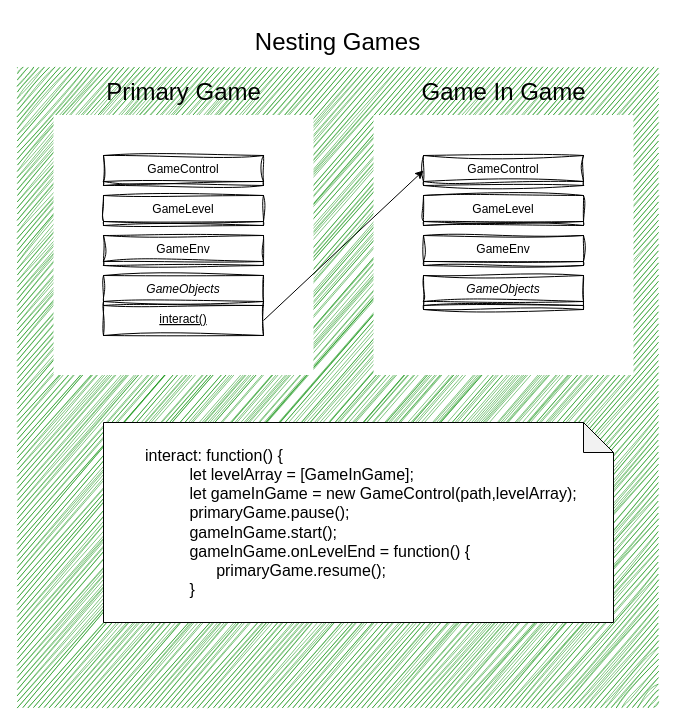
Earlier version of the draw.io diagram design/portfolioDrawio/gameInGame.drawio (xinjiav2/NileBrownGameTest). Source tidied: cells renumbered, new cells numbered last; positions are measured from the earlier drawing's top-left corner, leaving out a move shared by most shapes. Both pictures are drawn from the tidied source at 100%, with x=0, y=0 at pixel (17, 17).
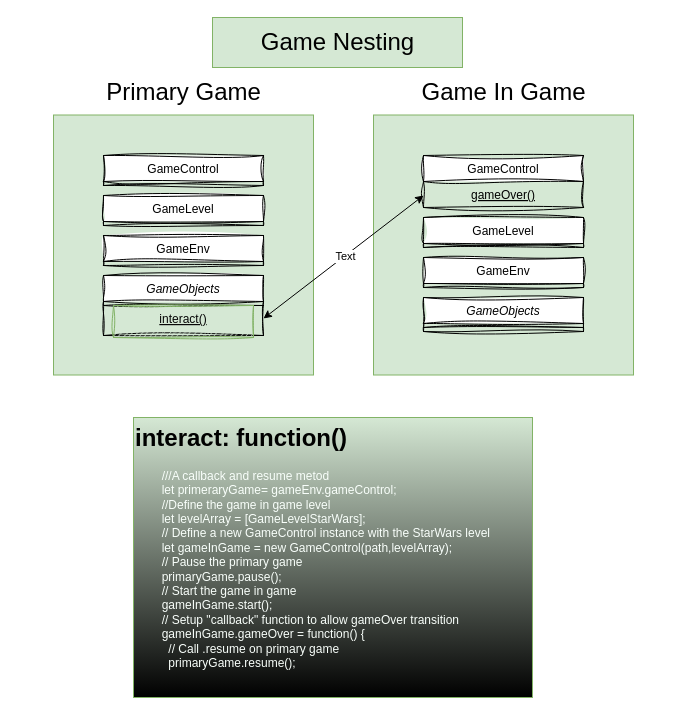
The same diagram, later.

Commit message:
Add game in game description

The change refers to these unchanged cells:
```xml
<mxCell id="4" value="GameObjects" style="swimlane;fontStyle=2;align=center;verticalAlign=top;horizontal=1;startSize=26;rounded=0;shadow=0;strokeWidth=1;sketch=1;curveFitting=1;jiggle=2;" parent="1" vertex="1">
  <mxGeometry x="86" y="258" width="160" height="60" as="geometry" />
</mxCell>
```

Diff of the diagram source:
```diff
@@
-    <mxCell id="2" style="whiteSpace=wrap;html=1;rounded=0;fillColor=#008a00;strokeColor=none;fontColor=#ffffff;sketch=1;curveFitting=1;jiggle=2;" parent="1" vertex="1">
-      <mxGeometry y="50" width="640" height="640" as="geometry" />
-    </mxCell>
-    <mxCell id="3" style="whiteSpace=wrap;html=1;strokeColor=none;" parent="1" vertex="1">
+    <mxCell id="3" style="whiteSpace=wrap;html=1;strokeColor=#82b366;fillColor=#d5e8d4;" parent="1" vertex="1">
       <mxGeometry x="36" y="97.5" width="260" height="260" as="geometry" />
     </mxCell>
@@
-    <mxCell id="7" value="&lt;font style=&quot;font-weight: normal; color: light-dark(rgb(0, 0, 0), rgb(204, 204, 204));&quot;&gt;Nesting Games&lt;/font&gt;" style="text;html=1;fontSize=24;fontStyle=1;verticalAlign=middle;align=center;labelBorderColor=none;labelBackgroundColor=none;rounded=0;" parent="1" vertex="1">
+    <mxCell id="7" value="&lt;font style=&quot;font-weight: normal; color: light-dark(rgb(0, 0, 0), rgb(204, 204, 204));&quot;&gt;Game Nesting&lt;/font&gt;" style="text;html=1;fontSize=24;fontStyle=1;verticalAlign=middle;align=center;labelBorderColor=none;labelBackgroundColor=none;rounded=0;fillColor=#d5e8d4;strokeColor=#82b366;" parent="1" vertex="1">
       <mxGeometry x="195" width="250" height="50" as="geometry" />
     </mxCell>
@@
-    <mxCell id="10" value="interact()" style="text;align=center;verticalAlign=top;spacingLeft=4;spacingRight=4;overflow=hidden;fontStyle=4;sketch=1;curveFitting=1;jiggle=2;rounded=0;fontColor=light-dark(#000000,#E6E6E6);" parent="1" vertex="1">
-      <mxGeometry x="96" y="288" width="140" height="26" as="geometry" />
+    <mxCell id="10" value="interact()" style="text;align=center;verticalAlign=top;spacingLeft=4;spacingRight=4;overflow=hidden;fontStyle=4;sketch=1;curveFitting=1;jiggle=2;rounded=0;fillColor=#d5e8d4;strokeColor=#82b366;fontColor=#080808;" parent="1" vertex="1">
+      <mxGeometry x="96" y="288" width="140" height="32" as="geometry" />
     </mxCell>
@@
-    <mxCell id="12" style="whiteSpace=wrap;html=1;strokeColor=none;" parent="1" vertex="1">
+    <mxCell id="12" style="whiteSpace=wrap;html=1;strokeColor=#82b366;fillColor=#d5e8d4;" parent="1" vertex="1">
       <mxGeometry x="356" y="97.5" width="260" height="260" as="geometry" />
     </mxCell>
     <mxCell id="13" value="GameObjects" style="swimlane;fontStyle=2;align=center;verticalAlign=top;horizontal=1;startSize=26;rounded=0;shadow=0;strokeWidth=1;sketch=1;curveFitting=1;jiggle=2;" parent="1" vertex="1">
-      <mxGeometry x="406" y="258" width="160" height="34" as="geometry" />
+      <mxGeometry x="406" y="280" width="160" height="34" as="geometry" />
     </mxCell>
@@
     <mxCell id="15" value="GameControl" style="swimlane;fontStyle=0;align=center;verticalAlign=top;horizontal=1;startSize=26;rounded=0;shadow=0;strokeWidth=1;sketch=1;curveFitting=1;jiggle=2;" parent="1" vertex="1">
-      <mxGeometry x="406" y="138" width="160" height="30" as="geometry" />
+      <mxGeometry x="406" y="138" width="160" height="52" as="geometry" />
     </mxCell>
     <mxCell id="16" value="GameLevel" style="swimlane;fontStyle=0;align=center;verticalAlign=top;horizontal=1;startSize=26;rounded=0;shadow=0;strokeWidth=1;sketch=1;curveFitting=1;jiggle=2;" parent="1" vertex="1">
-      <mxGeometry x="406" y="178" width="160" height="30" as="geometry" />
+      <mxGeometry x="406" y="200" width="160" height="30" as="geometry" />
     </mxCell>
     <mxCell id="17" value="GameEnv" style="swimlane;fontStyle=0;align=center;verticalAlign=top;horizontal=1;startSize=26;rounded=0;shadow=0;strokeWidth=1;sketch=1;curveFitting=1;jiggle=2;" parent="1" vertex="1">
-      <mxGeometry x="406" y="218" width="160" height="30" as="geometry" />
+      <mxGeometry x="406" y="240" width="160" height="30" as="geometry" />
     </mxCell>
@@
-    <mxCell id="19" value="&lt;blockquote style=&quot;margin: 0 0 0 40px; border: none; padding: 0px;&quot;&gt;&lt;font style=&quot;font-size: 16px;&quot;&gt;interact: function() {&lt;span style=&quot;white-space: pre;&quot;&gt;&#9;&lt;br&gt;&lt;/span&gt;&lt;/font&gt;&lt;font style=&quot;font-size: 16px;&quot;&gt;&amp;nbsp; &amp;nbsp; &amp;nbsp; &amp;nbsp; &amp;nbsp; let levelArray = [GameInGame];&lt;br&gt;&lt;/font&gt;&lt;font style=&quot;font-size: 16px;&quot;&gt;&amp;nbsp; &amp;nbsp; &amp;nbsp; &amp;nbsp; &amp;nbsp; let gameInGame = new GameControl(path,levelArray);&lt;/font&gt;&lt;/blockquote&gt;&lt;blockquote style=&quot;margin: 0 0 0 40px; border: none; padding: 0px;&quot;&gt;&lt;font style=&quot;font-size: 16px;&quot;&gt;&lt;span&gt;&amp;nbsp; &amp;nbsp; &amp;nbsp; &amp;nbsp; &amp;nbsp; primaryGame.pause();&lt;/span&gt;&lt;br style=&quot;scrollbar-color: light-dark(#e2e2e2, #4b4b4b)&lt;br/&gt;&#9;&#9;&#9;&#9;&#9;light-dark(#fbfbfb, var(--dark-panel-color));&quot;&gt;&lt;/font&gt;&lt;font style=&quot;font-size: 16px;&quot;&gt;&amp;nbsp; &amp;nbsp; &amp;nbsp; &amp;nbsp; &amp;nbsp; gameInGame.start();&lt;br&gt;&lt;/font&gt;&lt;font style=&quot;font-size: 16px;&quot;&gt;&amp;nbsp; &amp;nbsp; &amp;nbsp; &amp;nbsp; &amp;nbsp; gameInGame.onLevelEnd = function() {&lt;br&gt;&lt;/font&gt;&lt;font style=&quot;font-size: 16px;&quot;&gt;&lt;span style=&quot;white-space: pre;&quot;&gt;&#9;&lt;/span&gt;&lt;span style=&quot;white-space: pre;&quot;&gt;&#9;&lt;/span&gt;primaryGame.resume();&lt;br&gt;&lt;/font&gt;&lt;font style=&quot;font-size: 16px;&quot;&gt;&amp;nbsp; &amp;nbsp; &amp;nbsp; &amp;nbsp; &amp;nbsp; }&lt;/font&gt;&lt;/blockquote&gt;" style="shape=note;whiteSpace=wrap;html=1;backgroundOutline=1;darkOpacity=0.05;align=left;" parent="1" vertex="1">
-      <mxGeometry x="86" y="405" width="510" height="200" as="geometry" />
-    </mxCell>
-    <mxCell id="20" style="endArrow=classic;html=1;exitX=1;exitY=0.75;exitDx=0;exitDy=0;entryX=0;entryY=0.5;entryDx=0;entryDy=0;" parent="1" edge="1" source="4" target="15">
-      <mxGeometry relative="1" as="geometry" />
-    </mxCell>
+    <mxCell id="21" value="gameOver()" style="text;align=center;verticalAlign=top;spacingLeft=4;spacingRight=4;overflow=hidden;fontStyle=4;sketch=1;curveFitting=1;jiggle=2;rounded=0;fontColor=light-dark(#000000,#E6E6E6);" parent="1" vertex="1">
+      <mxGeometry x="416" y="164" width="140" height="26" as="geometry" />
+    </mxCell>
+    <mxCell id="22" value="&lt;h1 style=&quot;margin-top: 0px;&quot;&gt;interact: function()&lt;/h1&gt;&lt;div&gt;&lt;div&gt;&lt;font style=&quot;color: rgb(249, 255, 251);&quot;&gt;&lt;span style=&quot;background-color: transparent;&quot;&gt;&amp;nbsp; &amp;nbsp; &amp;nbsp; &amp;nbsp; ///A callback and resume metod&lt;/span&gt;&lt;/font&gt;&lt;/div&gt;&lt;div&gt;&lt;font style=&quot;color: rgb(249, 255, 251);&quot;&gt;&amp;nbsp; &amp;nbsp; &amp;nbsp; &amp;nbsp; let primeraryGame= gameEnv.gameControl;&lt;/font&gt;&lt;/div&gt;&lt;div&gt;&lt;font style=&quot;color: rgb(249, 255, 251);&quot;&gt;&lt;span style=&quot;white-space: pre;&quot;&gt;&#9;&lt;/span&gt;//Define the game in game level&lt;/font&gt;&lt;/div&gt;&lt;div&gt;&lt;font style=&quot;color: rgb(249, 255, 251);&quot;&gt;&amp;nbsp; &amp;nbsp; &amp;nbsp; &amp;nbsp; let levelArray = [GameLevelStarWars];&lt;/font&gt;&lt;/div&gt;&lt;div&gt;&lt;font style=&quot;color: rgb(249, 255, 251);&quot;&gt;&amp;nbsp; &amp;nbsp; &amp;nbsp; &amp;nbsp; // Define a new GameControl instance with the StarWars level&lt;/font&gt;&lt;/div&gt;&lt;div&gt;&lt;font style=&quot;color: rgb(249, 255, 251);&quot;&gt;&amp;nbsp; &amp;nbsp; &amp;nbsp; &amp;nbsp; let gameInGame = new GameControl(path,levelArray);&lt;/font&gt;&lt;/div&gt;&lt;div&gt;&lt;font style=&quot;color: rgb(249, 255, 251);&quot;&gt;&amp;nbsp; &amp;nbsp; &amp;nbsp; &amp;nbsp; // Pause the primary game&amp;nbsp;&lt;/font&gt;&lt;/div&gt;&lt;div&gt;&lt;font style=&quot;color: rgb(249, 255, 251);&quot;&gt;&amp;nbsp; &amp;nbsp; &amp;nbsp; &amp;nbsp; primaryGame.pause();&lt;/font&gt;&lt;/div&gt;&lt;div&gt;&lt;font style=&quot;color: rgb(249, 255, 251);&quot;&gt;&amp;nbsp; &amp;nbsp; &amp;nbsp; &amp;nbsp; // Start the game in game&lt;/font&gt;&lt;/div&gt;&lt;div&gt;&lt;font style=&quot;color: rgb(249, 255, 251);&quot;&gt;&amp;nbsp; &amp;nbsp; &amp;nbsp; &amp;nbsp; gameInGame.start();&lt;/font&gt;&lt;/div&gt;&lt;div&gt;&lt;font style=&quot;color: rgb(249, 255, 251);&quot;&gt;&amp;nbsp; &amp;nbsp; &amp;nbsp; &amp;nbsp; // Setup &quot;callback&quot; function to allow gameOver transition&lt;/font&gt;&lt;/div&gt;&lt;div&gt;&lt;font style=&quot;color: rgb(249, 255, 251);&quot;&gt;&amp;nbsp; &amp;nbsp; &amp;nbsp; &amp;nbsp; gameInGame.gameOver = function() {&lt;/font&gt;&lt;/div&gt;&lt;div&gt;&lt;font style=&quot;color: rgb(249, 255, 251);&quot;&gt;&amp;nbsp; &amp;nbsp; &amp;nbsp; &amp;nbsp; &amp;nbsp; // Call .resume on primary game&lt;/font&gt;&lt;/div&gt;&lt;div&gt;&lt;font style=&quot;color: rgb(249, 255, 251);&quot;&gt;&amp;nbsp; &amp;nbsp; &amp;nbsp; &amp;nbsp; &amp;nbsp; primaryGame.resume();&lt;/font&gt;&lt;/div&gt;&lt;/div&gt;&lt;div&gt;&lt;br&gt;&lt;/div&gt;" style="text;html=1;whiteSpace=wrap;overflow=hidden;rounded=0;fillColor=#d5e8d4;strokeColor=#82b366;gradientColor=default;" parent="1" vertex="1">
+      <mxGeometry x="116" y="400" width="399" height="280" as="geometry" />
+    </mxCell>
+    <mxCell id="23" style="endArrow=classic;startArrow=classic;html=1;entryX=0;entryY=0.75;entryDx=0;entryDy=0;" parent="1" edge="1">
+      <mxGeometry relative="1" as="geometry">
+        <mxPoint x="246" y="301" as="sourcePoint" />
+        <mxPoint x="406" y="178" as="targetPoint" />
+      </mxGeometry>
+    </mxCell>
+    <mxCell id="24" value="Text" style="edgeLabel;html=1;align=center;verticalAlign=middle;" parent="23" vertex="1">
+      <mxGeometry x="0.02" relative="1" as="geometry" />
+    </mxCell>
```
